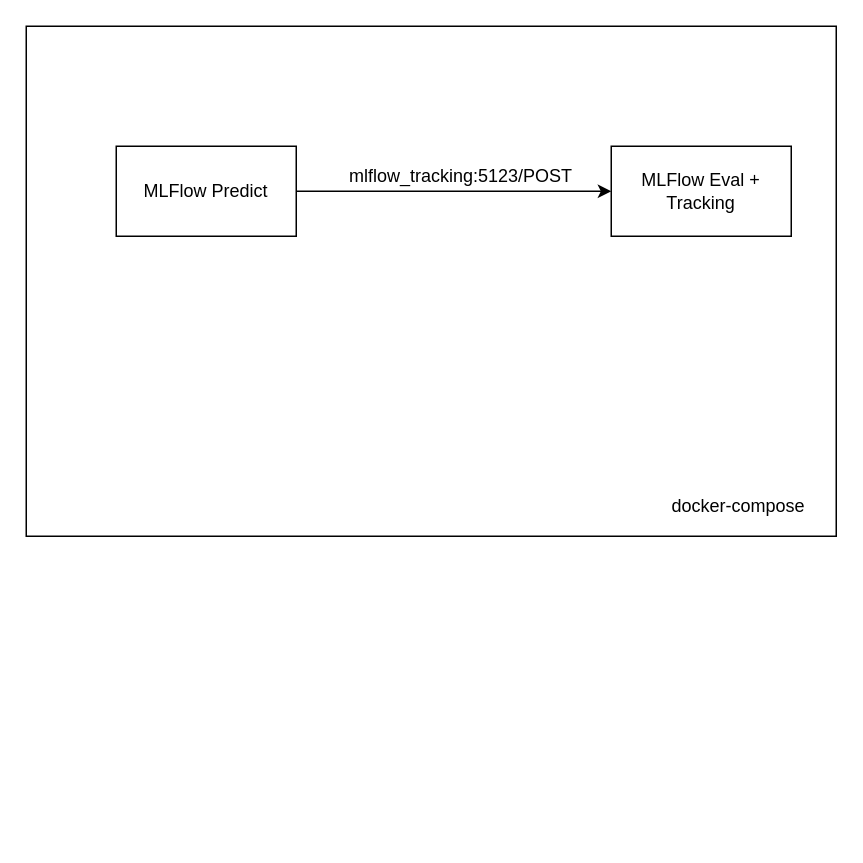
johntiger1/architecture-diagrams keeps this draw.io diagram as MLFlow_productionization.drawio. Above is the earlier version. Source tidied: cells renumbered, new cells numbered last; positions are measured from the earlier drawing's top-left corner, leaving out a move shared by most shapes. Both pictures are drawn from the tidied source at 150%, with x=0, y=0 at pixel (26, 26).
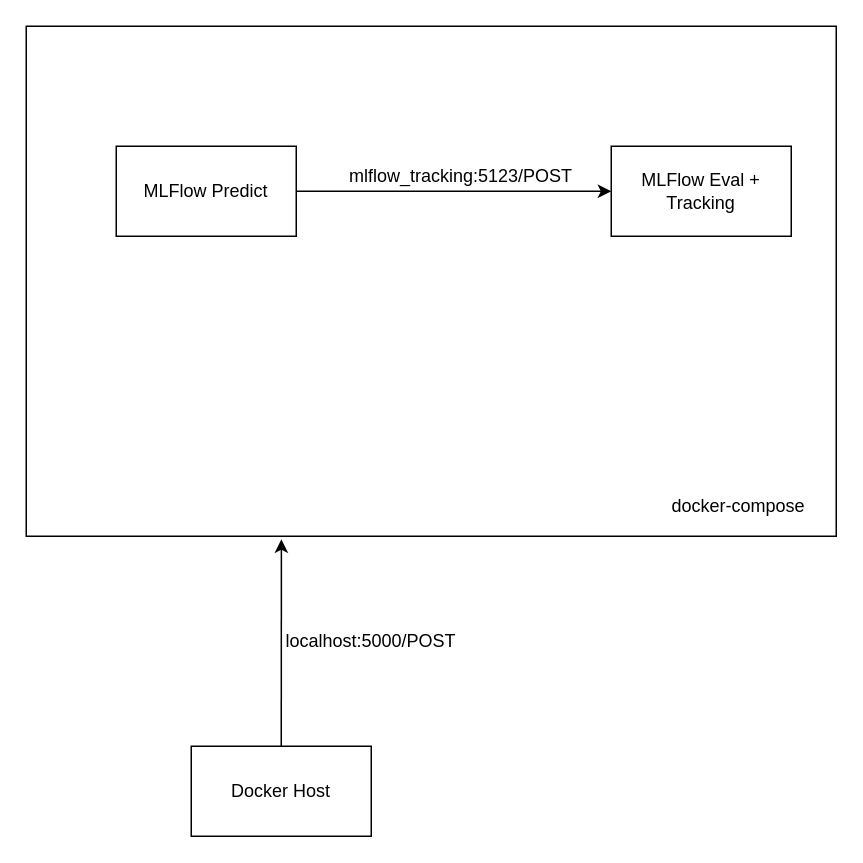
Above is the later version.

Change to the diagram source:
```diff
@@
 <mxGraphModel>
   <root>
     <mxCell id="0" />
     <mxCell id="1" parent="0" />
     <mxCell id="2" style="rounded=0;whiteSpace=wrap;html=1;" parent="1" vertex="1">
       <mxGeometry width="540" height="340" as="geometry" />
     </mxCell>
     <mxCell id="3" value="docker-compose" style="text;html=1;strokeColor=none;fillColor=none;align=center;verticalAlign=middle;whiteSpace=wrap;rounded=0;" parent="1" vertex="1">
       <mxGeometry x="410" y="310" width="130" height="20" as="geometry" />
     </mxCell>
     <mxCell id="4" value="MLFlow Predict" style="rounded=0;whiteSpace=wrap;html=1;" parent="1" vertex="1">
       <mxGeometry x="60" y="80" width="120" height="60" as="geometry" />
     </mxCell>
     <mxCell id="5" value="&lt;div&gt;MLFlow Eval + Tracking&lt;/div&gt;" style="rounded=0;whiteSpace=wrap;html=1;" parent="1" vertex="1">
       <mxGeometry x="390" y="80" width="120" height="60" as="geometry" />
     </mxCell>
     <mxCell id="6" style="endArrow=classic;html=1;exitX=1;exitY=0.5;exitDx=0;exitDy=0;entryX=0;entryY=0.5;entryDx=0;entryDy=0;" parent="1" edge="1" source="4" target="5">
       <mxGeometry relative="1" as="geometry" />
     </mxCell>
     <mxCell id="7" value="mlflow_tracking:5123/POST" style="text;html=1;strokeColor=none;fillColor=none;align=center;verticalAlign=middle;whiteSpace=wrap;rounded=0;" parent="1" vertex="1">
       <mxGeometry x="270" y="90" width="40" height="20" as="geometry" />
     </mxCell>
+    <mxCell id="8" style="endArrow=classic;html=1;entryX=0.315;entryY=1.006;entryDx=0;entryDy=0;entryPerimeter=0;" parent="1" edge="1" target="2">
+      <mxGeometry relative="1" as="geometry">
+        <mxPoint x="170" y="480" as="sourcePoint" />
+      </mxGeometry>
+    </mxCell>
+    <mxCell id="9" value="&lt;div&gt;localhost:5000/POST&lt;/div&gt;" style="text;html=1;strokeColor=none;fillColor=none;align=center;verticalAlign=middle;whiteSpace=wrap;rounded=0;" parent="1" vertex="1">
+      <mxGeometry x="210" y="400" width="40" height="20" as="geometry" />
+    </mxCell>
+    <mxCell id="10" value="Docker Host" style="rounded=0;whiteSpace=wrap;html=1;" parent="1" vertex="1">
+      <mxGeometry x="110" y="480" width="120" height="60" as="geometry" />
+    </mxCell>
   </root>
 </mxGraphModel>
```
